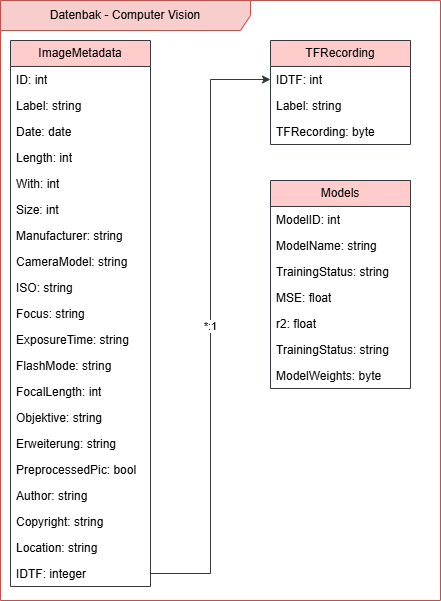
This is Dentabank - Class Diagram.png from JorgeCaballeroHSU/computer_vision, a draw.io export, as it was before one commit. Source tidied: cells renumbered, new cells last; positions are measured from the earlier drawing's top-left corner, leaving out a move shared by most shapes. The source it was exported from:
```xml
<mxGraphModel>
  <root>
    <mxCell id="0" />
    <mxCell id="1" parent="0" />
    <mxCell id="2" value="Datenbak - Computer Vision" style="shape=umlFrame;whiteSpace=wrap;html=1;width=250;height=30;fillColor=#f8cecc;strokeColor=#b85450;" parent="1" vertex="1">
      <mxGeometry width="440" height="600" as="geometry" />
    </mxCell>
    <mxCell id="3" value="ImageMetadata" style="swimlane;fontStyle=0;horizontal=1;startSize=26;fillColor=#ffcccc;whiteSpace=wrap;html=1;strokeColor=#36393d;" parent="1" vertex="1">
      <mxGeometry x="10" y="40" width="140" height="546" as="geometry" />
    </mxCell>
    <mxCell id="4" value="ID: int" style="text;strokeColor=none;fillColor=none;align=left;verticalAlign=top;spacingLeft=4;spacingRight=4;overflow=hidden;whiteSpace=wrap;html=1;" parent="3" vertex="1">
      <mxGeometry y="26" width="140" height="26" as="geometry" />
    </mxCell>
    <mxCell id="5" value="Label: string" style="text;strokeColor=none;fillColor=none;align=left;verticalAlign=top;spacingLeft=4;spacingRight=4;overflow=hidden;whiteSpace=wrap;html=1;" parent="3" vertex="1">
      <mxGeometry y="52" width="140" height="26" as="geometry" />
    </mxCell>
    <mxCell id="6" value="Date: date" style="text;strokeColor=none;fillColor=none;align=left;verticalAlign=top;spacingLeft=4;spacingRight=4;overflow=hidden;whiteSpace=wrap;html=1;" parent="3" vertex="1">
      <mxGeometry y="78" width="140" height="26" as="geometry" />
    </mxCell>
    <mxCell id="7" value="Length: int" style="text;strokeColor=none;fillColor=none;align=left;verticalAlign=top;spacingLeft=4;spacingRight=4;overflow=hidden;whiteSpace=wrap;html=1;" parent="3" vertex="1">
      <mxGeometry y="104" width="140" height="26" as="geometry" />
    </mxCell>
    <mxCell id="8" value="With: int" style="text;strokeColor=none;fillColor=none;align=left;verticalAlign=top;spacingLeft=4;spacingRight=4;overflow=hidden;whiteSpace=wrap;html=1;" parent="3" vertex="1">
      <mxGeometry y="130" width="140" height="26" as="geometry" />
    </mxCell>
    <mxCell id="9" value="Size: int" style="text;strokeColor=none;fillColor=none;align=left;verticalAlign=top;spacingLeft=4;spacingRight=4;overflow=hidden;whiteSpace=wrap;html=1;" parent="3" vertex="1">
      <mxGeometry y="156" width="140" height="26" as="geometry" />
    </mxCell>
    <mxCell id="10" value="Manufacturer: string" style="text;strokeColor=none;fillColor=none;align=left;verticalAlign=top;spacingLeft=4;spacingRight=4;overflow=hidden;whiteSpace=wrap;html=1;" parent="3" vertex="1">
      <mxGeometry y="182" width="140" height="26" as="geometry" />
    </mxCell>
    <mxCell id="11" value="CameraModel: string" style="text;strokeColor=none;fillColor=none;align=left;verticalAlign=top;spacingLeft=4;spacingRight=4;overflow=hidden;whiteSpace=wrap;html=1;" parent="3" vertex="1">
      <mxGeometry y="208" width="140" height="26" as="geometry" />
    </mxCell>
    <mxCell id="12" value="ISO: string" style="text;strokeColor=none;fillColor=none;align=left;verticalAlign=top;spacingLeft=4;spacingRight=4;overflow=hidden;whiteSpace=wrap;html=1;" parent="3" vertex="1">
      <mxGeometry y="234" width="140" height="26" as="geometry" />
    </mxCell>
    <mxCell id="13" value="Focus: string" style="text;strokeColor=none;fillColor=none;align=left;verticalAlign=top;spacingLeft=4;spacingRight=4;overflow=hidden;whiteSpace=wrap;html=1;" parent="3" vertex="1">
      <mxGeometry y="260" width="140" height="26" as="geometry" />
    </mxCell>
    <mxCell id="14" value="ExposureTime: string" style="text;strokeColor=none;fillColor=none;align=left;verticalAlign=top;spacingLeft=4;spacingRight=4;overflow=hidden;whiteSpace=wrap;html=1;" parent="3" vertex="1">
      <mxGeometry y="286" width="140" height="26" as="geometry" />
    </mxCell>
    <mxCell id="15" value="FlashMode: string" style="text;strokeColor=none;fillColor=none;align=left;verticalAlign=top;spacingLeft=4;spacingRight=4;overflow=hidden;whiteSpace=wrap;html=1;" parent="3" vertex="1">
      <mxGeometry y="312" width="140" height="26" as="geometry" />
    </mxCell>
    <mxCell id="16" value="FocalLength: int" style="text;strokeColor=none;fillColor=none;align=left;verticalAlign=top;spacingLeft=4;spacingRight=4;overflow=hidden;whiteSpace=wrap;html=1;" parent="3" vertex="1">
      <mxGeometry y="338" width="140" height="26" as="geometry" />
    </mxCell>
    <mxCell id="17" value="Objektive: string" style="text;strokeColor=none;fillColor=none;align=left;verticalAlign=top;spacingLeft=4;spacingRight=4;overflow=hidden;whiteSpace=wrap;html=1;" parent="3" vertex="1">
      <mxGeometry y="364" width="140" height="26" as="geometry" />
    </mxCell>
    <mxCell id="18" value="Erweiterung: string" style="text;strokeColor=none;fillColor=none;align=left;verticalAlign=top;spacingLeft=4;spacingRight=4;overflow=hidden;whiteSpace=wrap;html=1;" parent="3" vertex="1">
      <mxGeometry y="390" width="140" height="26" as="geometry" />
    </mxCell>
    <mxCell id="19" value="PreprocessedPic: bool" style="text;strokeColor=none;fillColor=none;align=left;verticalAlign=top;spacingLeft=4;spacingRight=4;overflow=hidden;whiteSpace=wrap;html=1;" parent="3" vertex="1">
      <mxGeometry y="416" width="140" height="26" as="geometry" />
    </mxCell>
    <mxCell id="20" value="Author: string" style="text;strokeColor=none;fillColor=none;align=left;verticalAlign=top;spacingLeft=4;spacingRight=4;overflow=hidden;whiteSpace=wrap;html=1;" parent="3" vertex="1">
      <mxGeometry y="442" width="140" height="26" as="geometry" />
    </mxCell>
    <mxCell id="21" value="Copyright: string" style="text;strokeColor=none;fillColor=none;align=left;verticalAlign=top;spacingLeft=4;spacingRight=4;overflow=hidden;whiteSpace=wrap;html=1;" parent="3" vertex="1">
      <mxGeometry y="468" width="140" height="26" as="geometry" />
    </mxCell>
    <mxCell id="22" value="Location: string" style="text;strokeColor=none;fillColor=none;align=left;verticalAlign=top;spacingLeft=4;spacingRight=4;overflow=hidden;whiteSpace=wrap;html=1;" parent="3" vertex="1">
      <mxGeometry y="494" width="140" height="26" as="geometry" />
    </mxCell>
    <mxCell id="23" value="IDTF: integer" style="text;strokeColor=none;fillColor=none;align=left;verticalAlign=top;spacingLeft=4;spacingRight=4;overflow=hidden;points=[[0,0.5],[1,0.5]];portConstraint=eastwest;whiteSpace=wrap;html=1;" parent="3" vertex="1">
      <mxGeometry y="520" width="140" height="26" as="geometry" />
    </mxCell>
    <mxCell id="24" value="Models" style="swimlane;fontStyle=0;horizontal=1;startSize=26;fillColor=#ffcccc;whiteSpace=wrap;html=1;strokeColor=#36393d;" parent="1" vertex="1">
      <mxGeometry x="270" y="180" width="140" height="208" as="geometry" />
    </mxCell>
    <mxCell id="25" value="ModelID: int" style="text;strokeColor=none;fillColor=none;align=left;verticalAlign=top;spacingLeft=4;spacingRight=4;overflow=hidden;whiteSpace=wrap;html=1;" parent="24" vertex="1">
      <mxGeometry y="26" width="140" height="26" as="geometry" />
    </mxCell>
    <mxCell id="26" value="ModelName: string" style="text;strokeColor=none;fillColor=none;align=left;verticalAlign=top;spacingLeft=4;spacingRight=4;overflow=hidden;whiteSpace=wrap;html=1;" parent="24" vertex="1">
      <mxGeometry y="52" width="140" height="26" as="geometry" />
    </mxCell>
    <mxCell id="27" value="TrainingStatus: string" style="text;strokeColor=none;fillColor=none;align=left;verticalAlign=top;spacingLeft=4;spacingRight=4;overflow=hidden;whiteSpace=wrap;html=1;" parent="24" vertex="1">
      <mxGeometry y="78" width="140" height="26" as="geometry" />
    </mxCell>
    <mxCell id="28" value="MSE: float" style="text;strokeColor=none;fillColor=none;align=left;verticalAlign=top;spacingLeft=4;spacingRight=4;overflow=hidden;whiteSpace=wrap;html=1;" parent="24" vertex="1">
      <mxGeometry y="104" width="140" height="26" as="geometry" />
    </mxCell>
    <mxCell id="29" value="r2: float" style="text;strokeColor=none;fillColor=none;align=left;verticalAlign=top;spacingLeft=4;spacingRight=4;overflow=hidden;whiteSpace=wrap;html=1;" parent="24" vertex="1">
      <mxGeometry y="130" width="140" height="26" as="geometry" />
    </mxCell>
    <mxCell id="30" value="TrainingStatus: string" style="text;strokeColor=none;fillColor=none;align=left;verticalAlign=top;spacingLeft=4;spacingRight=4;overflow=hidden;whiteSpace=wrap;html=1;" parent="24" vertex="1">
      <mxGeometry y="156" width="140" height="26" as="geometry" />
    </mxCell>
    <mxCell id="31" value="ModelWeights: byte" style="text;strokeColor=none;fillColor=none;align=left;verticalAlign=top;spacingLeft=4;spacingRight=4;overflow=hidden;whiteSpace=wrap;html=1;" parent="24" vertex="1">
      <mxGeometry y="182" width="140" height="26" as="geometry" />
    </mxCell>
    <mxCell id="32" value="TFRecording" style="swimlane;fontStyle=0;horizontal=1;startSize=26;fillColor=#ffcccc;whiteSpace=wrap;html=1;strokeColor=#36393d;" parent="1" vertex="1">
      <mxGeometry x="270" y="40" width="140" height="104" as="geometry" />
    </mxCell>
    <mxCell id="33" value="IDTF: int" style="text;strokeColor=none;fillColor=none;align=left;verticalAlign=top;spacingLeft=4;spacingRight=4;overflow=hidden;points=[[0,0.5],[1,0.5]];portConstraint=eastwest;whiteSpace=wrap;html=1;" parent="32" vertex="1">
      <mxGeometry y="26" width="140" height="26" as="geometry" />
    </mxCell>
    <mxCell id="34" value="Label: string" style="text;strokeColor=none;fillColor=none;align=left;verticalAlign=top;spacingLeft=4;spacingRight=4;overflow=hidden;whiteSpace=wrap;html=1;" parent="32" vertex="1">
      <mxGeometry y="52" width="140" height="26" as="geometry" />
    </mxCell>
    <mxCell id="35" value="TFRecording: byte" style="text;strokeColor=none;fillColor=none;align=left;verticalAlign=top;spacingLeft=4;spacingRight=4;overflow=hidden;whiteSpace=wrap;html=1;" parent="32" vertex="1">
      <mxGeometry y="78" width="140" height="26" as="geometry" />
    </mxCell>
    <mxCell id="36" value="*:1" style="edgeStyle=orthogonalEdgeStyle;rounded=0;jettySize=auto;html=1;entryX=0;entryY=0.5;entryDx=0;entryDy=0;fillColor=#eeeeee;strokeColor=#36393d;" parent="1" edge="1" source="23" target="33">
      <mxGeometry relative="1" as="geometry" />
    </mxCell>
  </root>
</mxGraphModel>
```
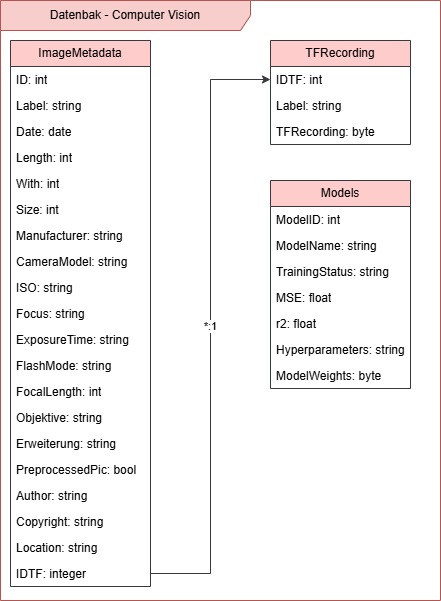
After the commit.

What changed in the source:
```diff
@@ -86,7 +86,7 @@
     <mxCell id="29" value="r2: float" style="text;strokeColor=none;fillColor=none;align=left;verticalAlign=top;spacingLeft=4;spacingRight=4;overflow=hidden;whiteSpace=wrap;html=1;" parent="24" vertex="1">
       <mxGeometry y="130" width="140" height="26" as="geometry" />
     </mxCell>
-    <mxCell id="30" value="TrainingStatus: string" style="text;strokeColor=none;fillColor=none;align=left;verticalAlign=top;spacingLeft=4;spacingRight=4;overflow=hidden;whiteSpace=wrap;html=1;" parent="24" vertex="1">
+    <mxCell id="30" value="Hyperparameters: string" style="text;strokeColor=none;fillColor=none;align=left;verticalAlign=top;spacingLeft=4;spacingRight=4;overflow=hidden;whiteSpace=wrap;html=1;" parent="24" vertex="1">
       <mxGeometry y="156" width="140" height="26" as="geometry" />
     </mxCell>
     <mxCell id="31" value="ModelWeights: byte" style="text;strokeColor=none;fillColor=none;align=left;verticalAlign=top;spacingLeft=4;spacingRight=4;overflow=hidden;whiteSpace=wrap;html=1;" parent="24" vertex="1">
```
